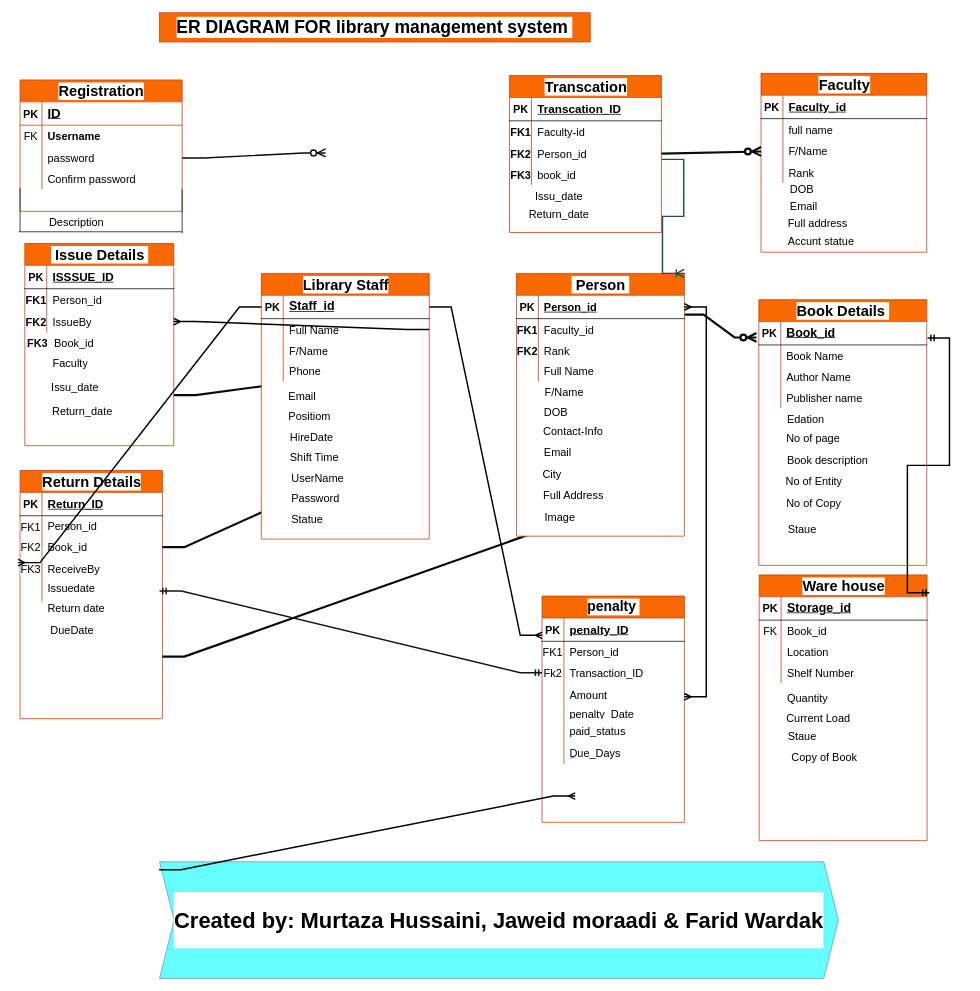
Above: ER-Diagram-Library-management-System.drawio in hussaini021/Library_management (draw.io), before the change. Source tidied: cells renumbered, new cells numbered last; positions are measured from the earlier drawing's top-left corner, leaving out a move shared by most shapes. Both pictures are drawn from the tidied source at 73%, with x=0, y=0 at pixel (18, 12).
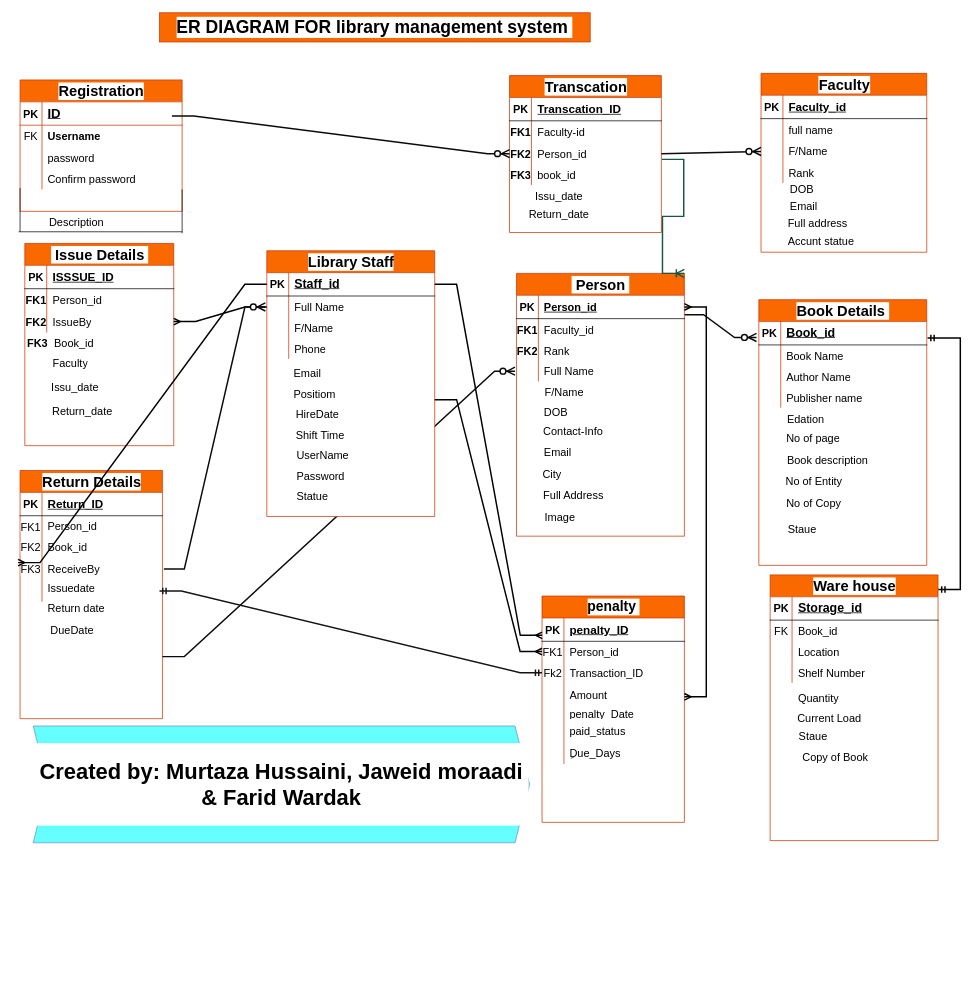
The same diagram, later.

The change refers to these unchanged cells:
```xml
<mxCell id="2" value="&lt;font style=&quot;font-size: 20px;&quot;&gt;Registration&lt;/font&gt;" style="shape=table;startSize=30;childLayout=tableLayout;rowLines=0;fontStyle=1;align=center;html=1;labelBackgroundColor=#FFFFFF;swimlaneFillColor=default;fontSize=15;fillColor=#fa6800;fontColor=#000000;strokeColor=#C73500;" parent="1" vertex="1">
  <mxGeometry x="2" y="92" width="222" height="180" as="geometry" />
</mxCell>
<mxCell id="9" style="shape=tableRow;horizontal=0;startSize=0;swimlaneHead=0;swimlaneBody=0;fillColor=none;points=[[0,0.5],[1,0.5]];portConstraint=eastwest;top=0;left=0;right=0;bottom=0;labelBackgroundColor=#FFFFFF;strokeColor=inherit;fontSize=15;" parent="2" vertex="1">
  <mxGeometry y="92" width="222" height="30" as="geometry" />
</mxCell>
<mxCell id="29" style="shape=tableRow;horizontal=0;startSize=0;swimlaneHead=0;swimlaneBody=0;fillColor=none;points=[[0,0.5],[1,0.5]];portConstraint=eastwest;top=0;left=0;right=0;bottom=0;labelBackgroundColor=#FFFFFF;fontSize=15;" parent="22" vertex="1">
  <mxGeometry y="92" width="208" height="30" as="geometry" />
</mxCell>
<mxCell id="44" style="shape=tableRow;horizontal=0;startSize=0;swimlaneHead=0;swimlaneBody=0;fillColor=none;points=[[0,0.5],[1,0.5]];portConstraint=eastwest;top=0;left=0;right=0;bottom=0;labelBackgroundColor=#FFFFFF;swimlaneFillColor=default;strokeColor=default;fontSize=15;" parent="37" vertex="1">
  <mxGeometry y="92" width="227" height="30" as="geometry" />
</mxCell>
<mxCell id="53" value="&lt;font style=&quot;font-size: 20px;&quot;&gt;Return Details&lt;/font&gt;" style="shape=table;startSize=30;childLayout=tableLayout;rowLines=0;fontStyle=1;align=center;html=1;labelBackgroundColor=#FFFFFF;swimlaneFillColor=default;fontSize=15;fillColor=#fa6800;fontColor=#000000;strokeColor=#C73500;" parent="1" vertex="1">
  <mxGeometry x="2" y="627" width="195" height="340" as="geometry" />
</mxCell>
<mxCell id="60" style="shape=tableRow;horizontal=0;startSize=0;swimlaneHead=0;swimlaneBody=0;fillColor=none;points=[[0,0.5],[1,0.5]];portConstraint=eastwest;top=0;left=0;right=0;bottom=0;labelBackgroundColor=#FFFFFF;swimlaneFillColor=default;fontSize=15;" parent="53" vertex="1">
  <mxGeometry y="90" width="195" height="30" as="geometry" />
</mxCell>
<mxCell id="63" style="shape=tableRow;horizontal=0;startSize=0;swimlaneHead=0;swimlaneBody=0;fillColor=none;points=[[0,0.5],[1,0.5]];portConstraint=eastwest;top=0;left=0;right=0;bottom=0;labelBackgroundColor=#FFFFFF;swimlaneFillColor=default;fontSize=15;" parent="53" vertex="1">
  <mxGeometry y="120" width="195" height="30" as="geometry" />
</mxCell>
<mxCell id="74" value="&lt;font style=&quot;font-size: 20px;&quot;&gt;&amp;nbsp;Issue Details&amp;nbsp;&lt;/font&gt;" style="shape=table;startSize=30;childLayout=tableLayout;rowLines=0;fontStyle=1;align=center;html=1;labelBackgroundColor=#FFFFFF;swimlaneFillColor=default;fontSize=15;fillColor=#fa6800;fontColor=#000000;strokeColor=#C73500;" parent="1" vertex="1">
  <mxGeometry x="8.5" y="316" width="204" height="277" as="geometry" />
</mxCell>
<mxCell id="81" style="shape=tableRow;horizontal=0;startSize=0;swimlaneHead=0;swimlaneBody=0;fillColor=none;points=[[0,0.5],[1,0.5]];portConstraint=eastwest;top=0;left=0;right=0;bottom=0;labelBackgroundColor=#FFFFFF;fontSize=15;" parent="74" vertex="1">
  <mxGeometry y="92" width="204" height="30" as="geometry" />
</mxCell>
<mxCell id="90" style="shape=tableRow;horizontal=0;startSize=0;swimlaneHead=0;swimlaneBody=0;fillColor=none;points=[[0,0.5],[1,0.5]];portConstraint=eastwest;top=0;left=0;right=0;bottom=1;labelBackgroundColor=#FFFFFF;fontSize=15;" parent="89" vertex="1">
  <mxGeometry y="30" width="230" height="32" as="geometry" />
</mxCell>
<mxCell id="99" style="shape=tableRow;horizontal=0;startSize=0;swimlaneHead=0;swimlaneBody=0;fillColor=none;points=[[0,0.5],[1,0.5]];portConstraint=eastwest;top=0;left=0;right=0;bottom=0;labelBackgroundColor=#FFFFFF;fontSize=15;" parent="89" vertex="1">
  <mxGeometry y="120" width="230" height="28" as="geometry" />
</mxCell>
<mxCell id="109" style="shape=tableRow;horizontal=0;startSize=0;swimlaneHead=0;swimlaneBody=0;fillColor=none;points=[[0,0.5],[1,0.5]];portConstraint=eastwest;top=0;left=0;right=0;bottom=1;labelBackgroundColor=#FFFFFF;fontSize=15;" parent="108" vertex="1">
  <mxGeometry y="30" width="230" height="32" as="geometry" />
</mxCell>
<mxCell id="136" style="shape=tableRow;horizontal=0;startSize=0;swimlaneHead=0;swimlaneBody=0;fillColor=none;points=[[0,0.5],[1,0.5]];portConstraint=eastwest;top=0;left=0;right=0;bottom=0;labelBackgroundColor=#FFFFFF;swimlaneFillColor=default;fontSize=15;" parent="132" vertex="1">
  <mxGeometry y="62" width="195" height="28" as="geometry" />
</mxCell>
<mxCell id="179" style="shape=tableRow;horizontal=0;startSize=0;swimlaneHead=0;swimlaneBody=0;fillColor=none;points=[[0,0.5],[1,0.5]];portConstraint=eastwest;top=0;left=0;right=0;bottom=0;labelBackgroundColor=#FFFFFF;fontSize=15;" parent="175" vertex="1">
  <mxGeometry y="62" width="230" height="30" as="geometry" />
</mxCell>
```

What changed in the source:
```diff
@@
-    <mxCell id="16" style="edgeStyle=entityRelationEdgeStyle;fontSize=20;html=1;endArrow=ERzeroToMany;startArrow=none;rounded=0;fontFamily=Verdana;fontColor=#1A1A1A;horizontal=0;labelBackgroundColor=light-dark(#171616, #121212);exitX=1;exitY=0.5;exitDx=0;exitDy=0;fillColor=#fa6800;strokeColor=light-dark(#0a0a0a, #ff9164);spacingTop=2;fontStyle=1;verticalAlign=middle;labelBorderColor=default;textShadow=0;entryX=1;entryY=0.5;entryDx=0;entryDy=0;startFill=0;endSize=8;startSize=8;targetPerimeterSpacing=2;sourcePerimeterSpacing=2;jumpStyle=line;strokeWidth=2;" parent="2" edge="1" source="9">
-      <mxGeometry relative="1" as="geometry">
-        <mxPoint x="418.5" y="100" as="targetPoint" />
-        <Array as="points">
-          <mxPoint x="320" y="11.5" />
-          <mxPoint x="330" y="91.5" />
-        </Array>
-      </mxGeometry>
-    </mxCell>
@@
-    <mxCell id="69" style="edgeStyle=entityRelationEdgeStyle;fontSize=20;html=1;endArrow=ERzeroToMany;startArrow=none;rounded=0;exitX=1;exitY=0.5;exitDx=0;exitDy=0;fontStyle=1;labelBackgroundColor=light-dark(#171616, #121212);verticalAlign=middle;fontFamily=Verdana;labelBorderColor=default;textShadow=0;startFill=0;endSize=8;startSize=8;targetPerimeterSpacing=2;sourcePerimeterSpacing=2;strokeColor=light-dark(#0a0a0a, #ff9164);jumpStyle=line;strokeWidth=3;" parent="53" edge="1" source="60">
-      <mxGeometry relative="1" as="geometry">
-        <mxPoint x="430.5" y="26" as="targetPoint" />
-        <Array as="points">
-          <mxPoint x="207.5" y="100" />
-        </Array>
-      </mxGeometry>
-    </mxCell>
@@
-    <mxCell id="71" style="edgeStyle=entityRelationEdgeStyle;fontSize=20;html=1;endArrow=ERzeroToMany;startArrow=none;rounded=0;labelBackgroundColor=light-dark(#171616, #121212);fontStyle=1;verticalAlign=middle;fontFamily=Verdana;labelBorderColor=default;textShadow=0;startFill=0;endSize=8;startSize=8;targetPerimeterSpacing=2;sourcePerimeterSpacing=2;strokeColor=light-dark(#0a0a0a, #ff9164);jumpStyle=line;strokeWidth=3;exitX=0.984;exitY=0.831;exitDx=0;exitDy=0;exitPerimeter=0;entryX=-0.014;entryY=0.681;entryDx=0;entryDy=0;entryPerimeter=0;" parent="1" edge="1" source="90" target="109">
+    <mxCell id="71" style="edgeStyle=entityRelationEdgeStyle;fontSize=20;html=1;endArrow=ERzeroToMany;startArrow=none;rounded=0;labelBackgroundColor=light-dark(#171616, #121212);fontStyle=1;verticalAlign=middle;fontFamily=Verdana;labelBorderColor=default;textShadow=0;startFill=0;endSize=8;startSize=8;targetPerimeterSpacing=2;sourcePerimeterSpacing=2;strokeColor=light-dark(#0a0a0a, #ff9164);jumpStyle=line;strokeWidth=2;exitX=0.984;exitY=0.831;exitDx=0;exitDy=0;exitPerimeter=0;entryX=-0.014;entryY=0.681;entryDx=0;entryDy=0;entryPerimeter=0;" parent="1" edge="1" source="90" target="109">
       <mxGeometry relative="1" as="geometry">
         <Array as="points">
           <mxPoint x="589.3" y="626.1" />
         </Array>
       </mxGeometry>
     </mxCell>
@@
-    <mxCell id="87" style="edgeStyle=entityRelationEdgeStyle;fontSize=20;html=1;endArrow=ERoneToMany;startArrow=none;rounded=0;exitX=1;exitY=0.75;exitDx=0;exitDy=0;fontStyle=1;labelBackgroundColor=light-dark(#171616, #121212);verticalAlign=middle;fontFamily=Verdana;labelBorderColor=default;textShadow=0;entryX=1;entryY=0.75;entryDx=0;entryDy=0;startFill=0;endSize=8;startSize=8;targetPerimeterSpacing=2;sourcePerimeterSpacing=2;strokeColor=light-dark(#0a0a0a, #ff9164);jumpStyle=line;strokeWidth=3;" parent="1" edge="1" source="74">
-      <mxGeometry relative="1" as="geometry">
-        <mxPoint x="427" y="503" as="targetPoint" />
-      </mxGeometry>
-    </mxCell>
-    <mxCell id="88" style="edgeStyle=entityRelationEdgeStyle;fontSize=20;html=1;endArrow=ERzeroToMany;startArrow=none;rounded=0;exitX=1;exitY=0.75;exitDx=0;exitDy=0;fontStyle=1;labelBackgroundColor=light-dark(#171616, #121212);verticalAlign=middle;fontFamily=Verdana;labelBorderColor=default;textShadow=0;entryX=1;entryY=0.75;entryDx=0;entryDy=0;startFill=0;endSize=8;startSize=8;targetPerimeterSpacing=2;sourcePerimeterSpacing=2;strokeColor=light-dark(#0a0a0a, #ff9164);jumpStyle=line;strokeWidth=3;" parent="1" edge="1" source="53">
+    <mxCell id="88" style="edgeStyle=entityRelationEdgeStyle;fontSize=20;html=1;endArrow=ERzeroToMany;startArrow=none;rounded=0;exitX=1;exitY=0.75;exitDx=0;exitDy=0;fontStyle=1;labelBackgroundColor=light-dark(#171616, #121212);verticalAlign=middle;fontFamily=Verdana;labelBorderColor=default;textShadow=0;startFill=0;endSize=8;startSize=8;targetPerimeterSpacing=2;sourcePerimeterSpacing=2;strokeColor=light-dark(#0a0a0a, #ff9164);jumpStyle=line;strokeWidth=2;" parent="1" edge="1" source="53" target="99">
       <mxGeometry relative="1" as="geometry">
-        <mxPoint x="762.5" y="703" as="targetPoint" />
         <Array as="points">
           <mxPoint x="652.5" y="673" />
           <mxPoint x="652.5" y="653" />
           <mxPoint x="652.5" y="693" />
         </Array>
       </mxGeometry>
     </mxCell>
@@
-    <mxCell id="130" style="edgeStyle=entityRelationEdgeStyle;fontSize=20;html=1;endArrow=ERzeroToMany;startArrow=none;rounded=0;fontFamily=Verdana;fontColor=default;horizontal=0;exitX=1;exitY=0.5;exitDx=0;exitDy=0;labelBackgroundColor=light-dark(#171616, #121212);entryX=0;entryY=0.5;entryDx=0;entryDy=0;fontStyle=1;verticalAlign=middle;labelBorderColor=default;textShadow=0;startFill=0;endSize=8;startSize=8;targetPerimeterSpacing=2;sourcePerimeterSpacing=2;strokeColor=light-dark(#0a0a0a, #ff9164);jumpStyle=line;strokeWidth=3;" parent="1" edge="1" source="29" target="44">
+    <mxCell id="130" style="edgeStyle=entityRelationEdgeStyle;fontSize=20;html=1;endArrow=ERzeroToMany;startArrow=none;rounded=0;fontFamily=Verdana;fontColor=default;horizontal=0;exitX=1;exitY=0.5;exitDx=0;exitDy=0;labelBackgroundColor=light-dark(#171616, #121212);entryX=0;entryY=0.5;entryDx=0;entryDy=0;fontStyle=1;verticalAlign=middle;labelBorderColor=default;textShadow=0;startFill=0;endSize=8;startSize=8;targetPerimeterSpacing=2;sourcePerimeterSpacing=2;strokeColor=light-dark(#0a0a0a, #ff9164);jumpStyle=line;strokeWidth=2;" parent="1" edge="1" source="29" target="44">
       <mxGeometry relative="1" as="geometry">
         <Array as="points">
           <mxPoint x="903.5" y="74" />
           <mxPoint x="913.5" y="154" />
           <mxPoint x="951.5" y="184" />
         </Array>
       </mxGeometry>
     </mxCell>
     <mxCell id="131" value="&lt;h1&gt;&lt;font&gt;Created by: Murtaza Hussaini, Jaweid moraadi &amp;amp; Farid Wardak&lt;/font&gt;&lt;/h1&gt;" style="shape=step;perimeter=stepPerimeter;whiteSpace=wrap;html=1;fixedSize=1;fillColor=#66FFFF;strokeColor=#6c8ebf;fillStyle=solid;labelBackgroundColor=#FFFFFF;fontSize=15;" parent="1" vertex="1">
-      <mxGeometry x="193" y="1163" width="930" height="160" as="geometry" />
+      <mxGeometry x="20" y="977" width="680" height="160" as="geometry" />
     </mxCell>
@@
     <mxCell id="156" value="&lt;font style=&quot;font-size: 20px;&quot;&gt;Ware house&lt;/font&gt;" style="shape=table;startSize=30;childLayout=tableLayout;rowLines=0;fontStyle=1;align=center;html=1;labelBackgroundColor=#FFFFFF;swimlaneFillColor=default;fontSize=15;fillColor=#fa6800;fontColor=#000000;strokeColor=#C73500;" parent="1" vertex="1">
-      <mxGeometry x="1014.5" y="770" width="230" height="364" as="geometry" />
+      <mxGeometry x="1029.5" y="770" width="230" height="364" as="geometry" />
     </mxCell>
@@
     <mxCell id="169" value="Quantity" style="shape=partialRectangle;fillColor=none;top=0;left=0;bottom=0;right=0;align=left;spacingLeft=6;overflow=hidden;whiteSpace=wrap;html=1;labelBackgroundColor=#FFFFFF;fontSize=15;" parent="1" vertex="1">
-      <mxGeometry x="1044.5" y="924" width="178" height="28" as="geometry" />
+      <mxGeometry x="1059.5" y="924" width="178" height="28" as="geometry" />
     </mxCell>
     <mxCell id="170" value="Current Load" style="shape=partialRectangle;fillColor=none;top=0;left=0;bottom=0;right=0;align=left;spacingLeft=6;overflow=hidden;whiteSpace=wrap;html=1;labelBackgroundColor=#FFFFFF;fontSize=15;" parent="1" vertex="1">
-      <mxGeometry x="1043.5" y="952" width="178" height="28" as="geometry" />
+      <mxGeometry x="1058.5" y="952" width="178" height="28" as="geometry" />
     </mxCell>
     <mxCell id="171" value="Staue" style="shape=partialRectangle;fillColor=none;top=0;left=0;bottom=0;right=0;align=left;spacingLeft=6;overflow=hidden;whiteSpace=wrap;html=1;labelBackgroundColor=#FFFFFF;fontSize=15;" parent="1" vertex="1">
-      <mxGeometry x="1046" y="977" width="178" height="28" as="geometry" />
+      <mxGeometry x="1061" y="977" width="178" height="28" as="geometry" />
     </mxCell>
@@
     <mxCell id="175" value="&lt;font style=&quot;font-size: 20px;&quot;&gt;Library Staff&lt;/font&gt;" style="shape=table;startSize=30;childLayout=tableLayout;rowLines=0;fontStyle=1;align=center;html=1;labelBackgroundColor=#FFFFFF;swimlaneFillColor=default;fontSize=15;fillColor=#fa6800;fontColor=#000000;strokeColor=#C73500;" parent="1" vertex="1">
-      <mxGeometry x="332.5" y="357" width="230" height="364" as="geometry" />
+      <mxGeometry x="340" y="326" width="230" height="364" as="geometry" />
     </mxCell>
@@
     <mxCell id="188" value="Email" style="shape=partialRectangle;fillColor=none;top=0;left=0;bottom=0;right=0;align=left;spacingLeft=6;overflow=hidden;whiteSpace=wrap;html=1;labelBackgroundColor=#FFFFFF;fontSize=15;" parent="1" vertex="1">
-      <mxGeometry x="361.5" y="511" width="178" height="28" as="geometry" />
+      <mxGeometry x="369" y="480" width="178" height="28" as="geometry" />
     </mxCell>
     <mxCell id="189" value="Positiom" style="shape=partialRectangle;fillColor=none;top=0;left=0;bottom=0;right=0;align=left;spacingLeft=6;overflow=hidden;whiteSpace=wrap;html=1;labelBackgroundColor=#FFFFFF;fontSize=15;" parent="1" vertex="1">
-      <mxGeometry x="361.5" y="539" width="178" height="28" as="geometry" />
+      <mxGeometry x="369" y="508" width="178" height="28" as="geometry" />
     </mxCell>
     <mxCell id="190" value="HireDate" style="shape=partialRectangle;fillColor=none;top=0;left=0;bottom=0;right=0;align=left;spacingLeft=6;overflow=hidden;whiteSpace=wrap;html=1;labelBackgroundColor=#FFFFFF;fontSize=15;" parent="1" vertex="1">
-      <mxGeometry x="364" y="567" width="178" height="28" as="geometry" />
+      <mxGeometry x="371.5" y="536" width="178" height="28" as="geometry" />
     </mxCell>
     <mxCell id="191" value="Shift Time" style="shape=partialRectangle;fillColor=none;top=0;left=0;bottom=0;right=0;align=left;spacingLeft=6;overflow=hidden;whiteSpace=wrap;html=1;labelBackgroundColor=#FFFFFF;fontSize=15;" parent="1" vertex="1">
-      <mxGeometry x="364" y="595" width="178" height="28" as="geometry" />
+      <mxGeometry x="371.5" y="564" width="178" height="28" as="geometry" />
     </mxCell>
     <mxCell id="192" value="UserName" style="shape=partialRectangle;fillColor=none;top=0;left=0;bottom=0;right=0;align=left;spacingLeft=6;overflow=hidden;whiteSpace=wrap;html=1;labelBackgroundColor=#FFFFFF;fontSize=15;" parent="1" vertex="1">
-      <mxGeometry x="365.5" y="623" width="178" height="28" as="geometry" />
+      <mxGeometry x="373" y="592" width="178" height="28" as="geometry" />
     </mxCell>
     <mxCell id="193" value="Password" style="shape=partialRectangle;fillColor=none;top=0;left=0;bottom=0;right=0;align=left;spacingLeft=6;overflow=hidden;whiteSpace=wrap;html=1;labelBackgroundColor=#FFFFFF;fontSize=15;" parent="1" vertex="1">
-      <mxGeometry x="365.5" y="651" width="178" height="28" as="geometry" />
+      <mxGeometry x="373" y="620" width="178" height="28" as="geometry" />
     </mxCell>
     <mxCell id="194" value="Statue" style="shape=partialRectangle;fillColor=none;top=0;left=0;bottom=0;right=0;align=left;spacingLeft=6;overflow=hidden;whiteSpace=wrap;html=1;labelBackgroundColor=#FFFFFF;fontSize=15;" parent="1" vertex="1">
-      <mxGeometry x="365.5" y="679" width="178" height="28" as="geometry" />
+      <mxGeometry x="373" y="648" width="178" height="28" as="geometry" />
     </mxCell>
@@
     <mxCell id="198" value="Copy of Book" style="shape=partialRectangle;fillColor=none;top=0;left=0;bottom=0;right=0;align=left;spacingLeft=6;overflow=hidden;whiteSpace=wrap;html=1;labelBackgroundColor=#FFFFFF;fontSize=15;" parent="1" vertex="1">
-      <mxGeometry x="1050.5" y="1005" width="178" height="28" as="geometry" />
+      <mxGeometry x="1065.5" y="1005" width="178" height="28" as="geometry" />
     </mxCell>
-    <mxCell id="199" style="edgeStyle=entityRelationEdgeStyle;fontSize=12;html=1;endArrow=ERmandOne;startArrow=ERmandOne;rounded=0;entryX=1.005;entryY=0.706;entryDx=0;entryDy=0;strokeWidth=2;exitX=1.013;exitY=0.067;exitDx=0;exitDy=0;exitPerimeter=0;entryPerimeter=0;" parent="1" edge="1" source="156" target="109">
-      <mxGeometry relative="1" as="geometry" />
+    <mxCell id="199" style="edgeStyle=entityRelationEdgeStyle;fontSize=12;html=1;endArrow=ERmandOne;startArrow=ERmandOne;rounded=0;entryX=1.005;entryY=0.706;entryDx=0;entryDy=0;strokeWidth=2;entryPerimeter=0;" parent="1" edge="1" target="109">
+      <mxGeometry relative="1" as="geometry">
+        <mxPoint x="1260" y="790" as="sourcePoint" />
+      </mxGeometry>
     </mxCell>
@@
-    <mxCell id="201" style="edgeStyle=entityRelationEdgeStyle;fontSize=12;html=1;endArrow=ERmany;rounded=0;exitX=1;exitY=0.5;exitDx=0;exitDy=0;strokeWidth=2;" parent="1" edge="1" source="179" target="81">
+    <mxCell id="201" style="edgeStyle=entityRelationEdgeStyle;fontSize=12;html=1;endArrow=ERmany;rounded=0;exitX=0;exitY=0.5;exitDx=0;exitDy=0;strokeWidth=2;" parent="1" edge="1" source="179" target="81">
       <mxGeometry relative="1" as="geometry" />
     </mxCell>
-    <mxCell id="202" style="edgeStyle=entityRelationEdgeStyle;fontSize=12;html=1;endArrow=ERmany;rounded=0;strokeWidth=2;" parent="1" edge="1">
+    <mxCell id="202" style="edgeStyle=entityRelationEdgeStyle;fontSize=12;html=1;endArrow=ERmany;rounded=0;strokeWidth=2;entryX=0;entryY=0.5;entryDx=0;entryDy=0;" parent="1" edge="1" target="136">
       <mxGeometry relative="1" as="geometry">
-        <mxPoint x="192.5" y="1173.8" as="sourcePoint" />
-        <mxPoint x="762.5" y="1073" as="targetPoint" />
+        <mxPoint x="570" y="530" as="sourcePoint" />
       </mxGeometry>
     </mxCell>
@@
+    <mxCell id="16" style="edgeStyle=entityRelationEdgeStyle;fontSize=20;html=1;endArrow=ERzeroToMany;startArrow=none;rounded=0;fontFamily=Verdana;fontColor=#1A1A1A;horizontal=0;labelBackgroundColor=light-dark(#171616, #121212);exitX=1;exitY=0.5;exitDx=0;exitDy=0;fillColor=#fa6800;strokeColor=light-dark(#0a0a0a, #ff9164);spacingTop=2;fontStyle=1;verticalAlign=middle;labelBorderColor=default;textShadow=0;entryX=0;entryY=0.5;entryDx=0;entryDy=0;startFill=0;endSize=8;startSize=8;targetPerimeterSpacing=2;sourcePerimeterSpacing=2;jumpStyle=line;strokeWidth=2;" parent="1" edge="1" target="29">
+      <mxGeometry relative="1" as="geometry">
+        <mxPoint x="210" y="141.5" as="sourcePoint" />
+        <Array as="points">
+          <mxPoint x="308" y="46" />
+          <mxPoint x="318" y="126" />
+        </Array>
+      </mxGeometry>
+    </mxCell>
+    <mxCell id="69" style="edgeStyle=entityRelationEdgeStyle;fontSize=20;html=1;endArrow=ERzeroToMany;startArrow=none;rounded=0;fontStyle=1;labelBackgroundColor=light-dark(#171616, #121212);verticalAlign=middle;fontFamily=Verdana;labelBorderColor=default;textShadow=0;startFill=0;endSize=8;startSize=8;targetPerimeterSpacing=2;sourcePerimeterSpacing=2;strokeColor=light-dark(#0a0a0a, #ff9164);jumpStyle=line;strokeWidth=2;" parent="1" edge="1" source="63" target="179">
+      <mxGeometry relative="1" as="geometry">
+        <Array as="points">
+          <mxPoint x="209.5" y="727" />
+        </Array>
+      </mxGeometry>
+    </mxCell>
```
